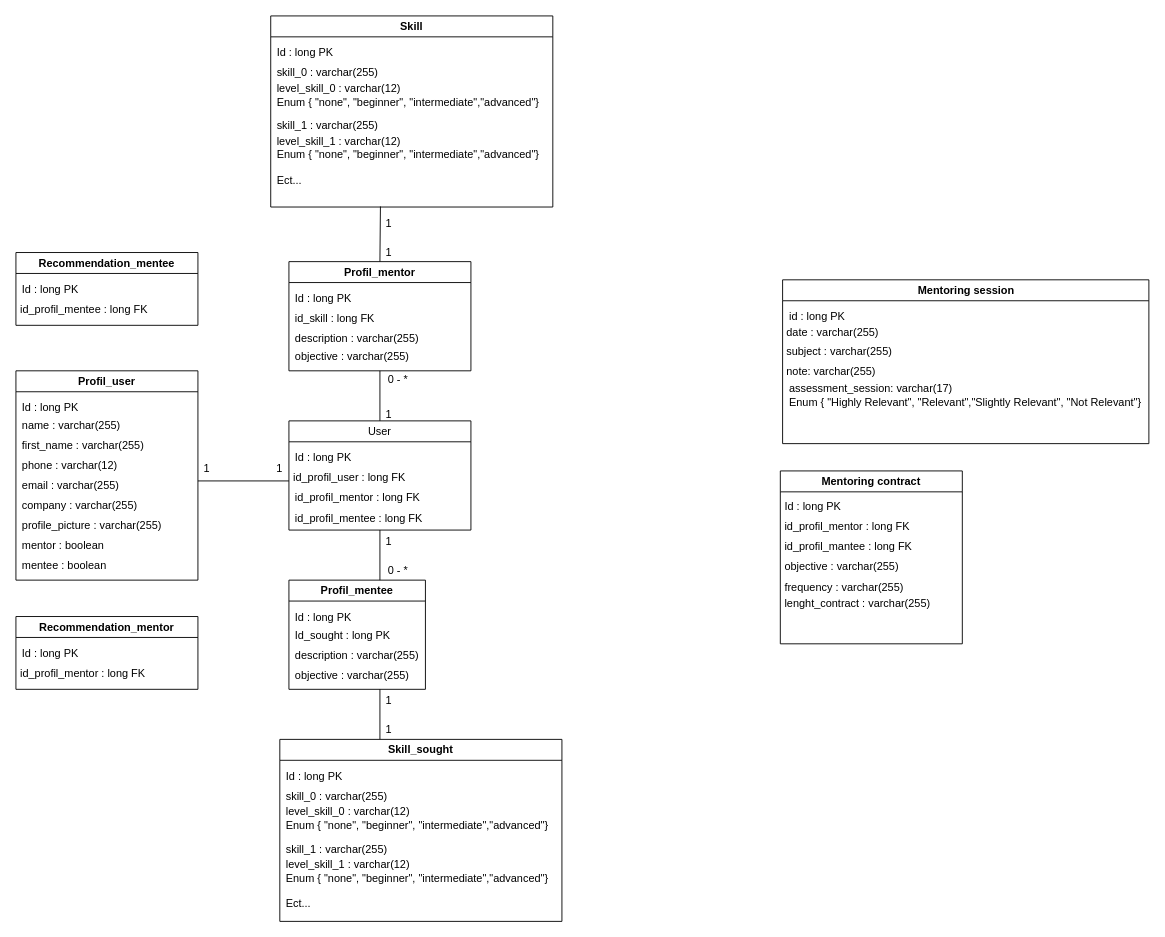
This is Modèle de domaine/Untitled Diagram.drawio from qbeAccountPro/beraud-quentin-projet-3, a draw.io file, before an edit. Source tidied: cells renumbered, new cells numbered last; positions are measured from the earlier drawing's top-left corner, leaving out a move shared by most shapes. Both pictures are drawn from the tidied source at 91%, with x=0, y=0 at pixel (15, 15).
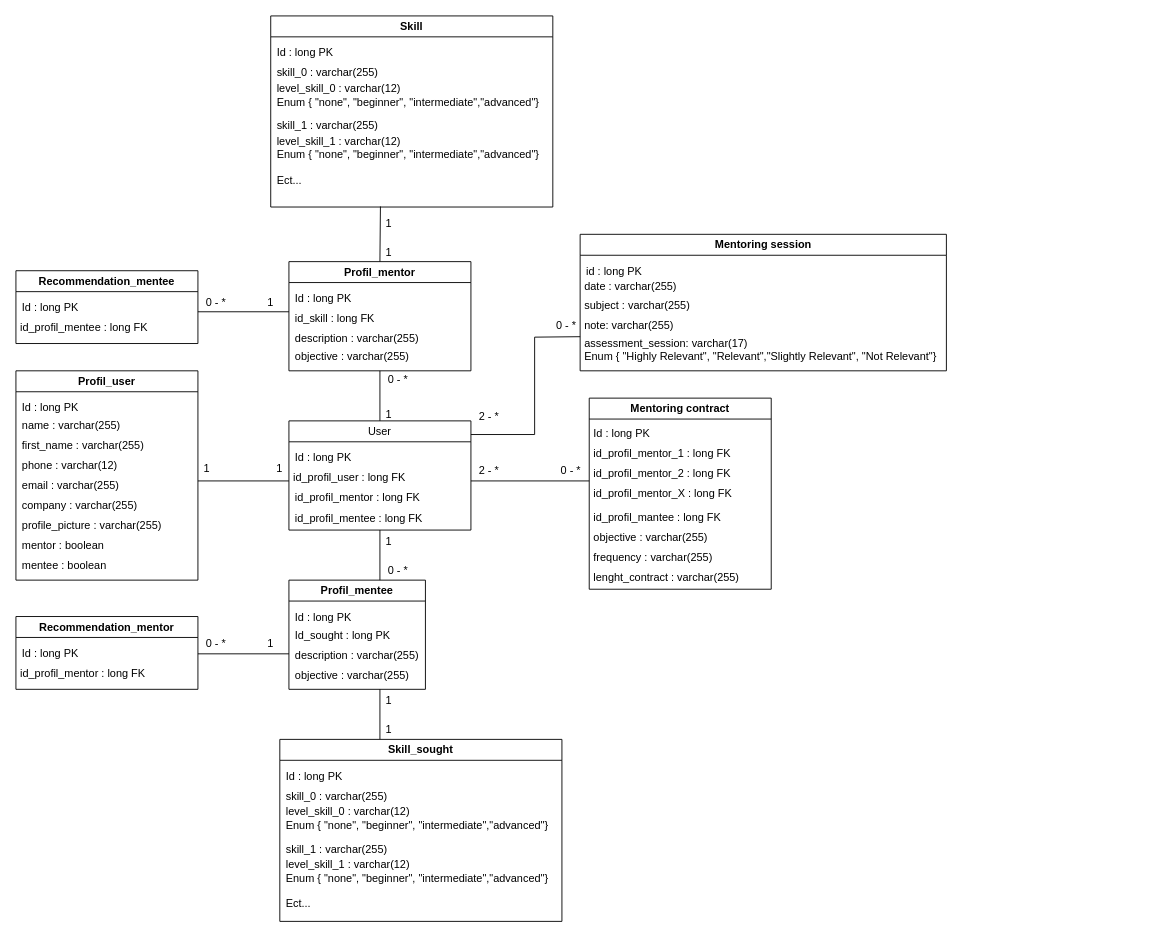
The same diagram, later.

Commit message:
End mentoring Diagram.drawio

Change to the diagram source:
```diff
@@
     <mxCell id="7" value="Mentoring session" style="swimlane;whiteSpace=wrap;html=1;startSize=23;" parent="1" vertex="1">
-      <mxGeometry x="842.5" y="290" width="402.5" height="180" as="geometry" />
+      <mxGeometry x="620" y="240" width="402.5" height="150" as="geometry" />
     </mxCell>
@@
     <mxCell id="12" value="&lt;span style=&quot;background-color: initial;&quot;&gt;assessment_session:&amp;nbsp;&lt;/span&gt;varchar(17)&lt;br&gt;Enum { &quot;Highly Relevant&quot;, &quot;Relevant&quot;,&quot;Slightly Relevant&quot;, &quot;Not Relevant&quot;&lt;span style=&quot;background-color: initial;&quot;&gt;}&lt;/span&gt;" style="text;html=1;strokeColor=none;fillColor=none;align=left;verticalAlign=middle;whiteSpace=wrap;rounded=0;fontStyle=0;" parent="7" vertex="1">
-      <mxGeometry x="5" y="112" width="397.5" height="30" as="geometry" />
+      <mxGeometry x="2.5" y="112" width="397.5" height="30" as="geometry" />
     </mxCell>
     <mxCell id="13" value="Mentoring contract" style="swimlane;whiteSpace=wrap;html=1;startSize=23;" parent="1" vertex="1">
-      <mxGeometry x="840" y="500" width="200" height="190" as="geometry" />
+      <mxGeometry x="630" y="420" width="200" height="210" as="geometry" />
     </mxCell>
     <mxCell id="14" value="objective&lt;span style=&quot;background-color: initial;&quot;&gt;&amp;nbsp;: varchar(255)&lt;/span&gt;" style="text;html=1;strokeColor=none;fillColor=none;align=left;verticalAlign=middle;whiteSpace=wrap;rounded=0;fontStyle=0;" parent="13" vertex="1">
-      <mxGeometry x="2.5" y="94" width="195" height="22" as="geometry" />
+      <mxGeometry x="2.5" y="142" width="195" height="22" as="geometry" />
     </mxCell>
-    <mxCell id="15" value="id_profil_mentor : long FK" style="text;html=1;strokeColor=none;fillColor=none;align=left;verticalAlign=middle;whiteSpace=wrap;rounded=0;fontStyle=0;" parent="13" vertex="1">
+    <mxCell id="15" value="id_profil_mentor_1 : long FK" style="text;html=1;strokeColor=none;fillColor=none;align=left;verticalAlign=middle;whiteSpace=wrap;rounded=0;fontStyle=0;" parent="13" vertex="1">
       <mxGeometry x="2.5" y="50" width="195" height="22" as="geometry" />
     </mxCell>
@@
     <mxCell id="17" value="id_profil_mantee : long FK" style="text;html=1;strokeColor=none;fillColor=none;align=left;verticalAlign=middle;whiteSpace=wrap;rounded=0;fontStyle=0;" parent="13" vertex="1">
-      <mxGeometry x="2.5" y="72" width="195" height="22" as="geometry" />
+      <mxGeometry x="2.5" y="120" width="195" height="22" as="geometry" />
     </mxCell>
     <mxCell id="18" value="frequency : varchar(255)" style="text;html=1;strokeColor=none;fillColor=none;align=left;verticalAlign=middle;whiteSpace=wrap;rounded=0;fontStyle=0;" parent="13" vertex="1">
-      <mxGeometry x="2.5" y="117" width="195" height="21" as="geometry" />
+      <mxGeometry x="2.5" y="165" width="195" height="21" as="geometry" />
     </mxCell>
+    <mxCell id="71" value="lenght_contract : varchar(255)" style="text;html=1;strokeColor=none;fillColor=none;align=left;verticalAlign=middle;whiteSpace=wrap;rounded=0;fontStyle=0;" parent="13" vertex="1">
+      <mxGeometry x="2.5" y="186" width="195" height="21" as="geometry" />
+    </mxCell>
+    <mxCell id="75" value="id_profil_mentor_2 : long FK" style="text;html=1;strokeColor=none;fillColor=none;align=left;verticalAlign=middle;whiteSpace=wrap;rounded=0;fontStyle=0;" parent="13" vertex="1">
+      <mxGeometry x="2.5" y="72" width="195" height="22" as="geometry" />
+    </mxCell>
+    <mxCell id="76" value="id_profil_mentor_X : long FK" style="text;html=1;strokeColor=none;fillColor=none;align=left;verticalAlign=middle;whiteSpace=wrap;rounded=0;fontStyle=0;" parent="13" vertex="1">
+      <mxGeometry x="2.5" y="94" width="195" height="22" as="geometry" />
+    </mxCell>
@@
-    <mxCell id="71" value="lenght_contract : varchar(255)" style="text;html=1;strokeColor=none;fillColor=none;align=left;verticalAlign=middle;whiteSpace=wrap;rounded=0;fontStyle=0;" parent="1" vertex="1">
-      <mxGeometry x="842.5" y="635" width="195" height="21" as="geometry" />
-    </mxCell>
     <mxCell id="72" value="Recommendation_mentee" style="swimlane;whiteSpace=wrap;html=1;startSize=23;" parent="1" vertex="1">
-      <mxGeometry y="260" width="200" height="80" as="geometry" />
+      <mxGeometry y="280" width="200" height="80" as="geometry" />
     </mxCell>
@@
+    <mxCell id="77" style="endArrow=none;html=1;rounded=0;spacing=0;" parent="1" edge="1">
+      <mxGeometry relative="1" as="geometry">
+        <mxPoint x="300" y="701" as="sourcePoint" />
+        <mxPoint x="200" y="701" as="targetPoint" />
+      </mxGeometry>
+    </mxCell>
+    <mxCell id="78" value="1" style="text;html=1;strokeColor=none;fillColor=none;align=center;verticalAlign=middle;whiteSpace=wrap;rounded=0;spacing=0;fontSize=12;labelPosition=center;verticalLabelPosition=middle;" parent="1" vertex="1">
+      <mxGeometry x="270" y="680" width="20" height="20" as="geometry" />
+    </mxCell>
+    <mxCell id="79" value="0 - *" style="text;html=1;strokeColor=none;fillColor=none;align=center;verticalAlign=middle;whiteSpace=wrap;rounded=0;spacing=0;fontSize=12;labelPosition=center;verticalLabelPosition=middle;" parent="1" vertex="1">
+      <mxGeometry x="210" y="680" width="20" height="20" as="geometry" />
+    </mxCell>
+    <mxCell id="80" style="endArrow=none;html=1;rounded=0;spacing=0;" parent="1" edge="1">
+      <mxGeometry relative="1" as="geometry">
+        <mxPoint x="300" y="325.1" as="sourcePoint" />
+        <mxPoint x="200" y="325.1" as="targetPoint" />
+      </mxGeometry>
+    </mxCell>
+    <mxCell id="81" value="1" style="text;html=1;strokeColor=none;fillColor=none;align=center;verticalAlign=middle;whiteSpace=wrap;rounded=0;spacing=0;fontSize=12;labelPosition=center;verticalLabelPosition=middle;" parent="1" vertex="1">
+      <mxGeometry x="270" y="305" width="20" height="20" as="geometry" />
+    </mxCell>
+    <mxCell id="82" value="0 - *" style="text;html=1;strokeColor=none;fillColor=none;align=center;verticalAlign=middle;whiteSpace=wrap;rounded=0;spacing=0;fontSize=12;labelPosition=center;verticalLabelPosition=middle;" parent="1" vertex="1">
+      <mxGeometry x="210" y="305" width="20" height="20" as="geometry" />
+    </mxCell>
+    <mxCell id="83" style="endArrow=none;html=1;rounded=0;spacing=0;" parent="1" edge="1">
+      <mxGeometry relative="1" as="geometry">
+        <mxPoint x="630" y="511" as="sourcePoint" />
+        <mxPoint x="500" y="511" as="targetPoint" />
+      </mxGeometry>
+    </mxCell>
+    <mxCell id="84" value="0 - *" style="text;html=1;strokeColor=none;fillColor=none;align=center;verticalAlign=middle;whiteSpace=wrap;rounded=0;spacing=0;fontSize=12;labelPosition=center;verticalLabelPosition=middle;" parent="1" vertex="1">
+      <mxGeometry x="600" y="490" width="20" height="20" as="geometry" />
+    </mxCell>
+    <mxCell id="85" value="2 - *" style="text;html=1;strokeColor=none;fillColor=none;align=center;verticalAlign=middle;whiteSpace=wrap;rounded=0;spacing=0;fontSize=12;labelPosition=center;verticalLabelPosition=middle;" parent="1" vertex="1">
+      <mxGeometry x="510" y="490" width="20" height="20" as="geometry" />
+    </mxCell>
+    <mxCell id="86" style="endArrow=none;html=1;rounded=0;spacing=0;exitX=0;exitY=0.75;exitDx=0;exitDy=0;" parent="1" edge="1" source="7">
+      <mxGeometry relative="1" as="geometry">
+        <mxPoint x="500" y="460" as="targetPoint" />
+        <Array as="points">
+          <mxPoint x="570" y="353" />
+          <mxPoint x="570" y="460" />
+        </Array>
+      </mxGeometry>
+    </mxCell>
+    <mxCell id="87" value="0 - *" style="text;html=1;strokeColor=none;fillColor=none;align=center;verticalAlign=middle;whiteSpace=wrap;rounded=0;spacing=0;fontSize=12;labelPosition=center;verticalLabelPosition=middle;" parent="1" vertex="1">
+      <mxGeometry x="590" y="330" width="30" height="20" as="geometry" />
+    </mxCell>
+    <mxCell id="88" value="2 - *" style="text;html=1;strokeColor=none;fillColor=none;align=center;verticalAlign=middle;whiteSpace=wrap;rounded=0;spacing=0;fontSize=12;labelPosition=center;verticalLabelPosition=middle;" parent="1" vertex="1">
+      <mxGeometry x="505" y="430" width="30" height="20" as="geometry" />
+    </mxCell>
```
